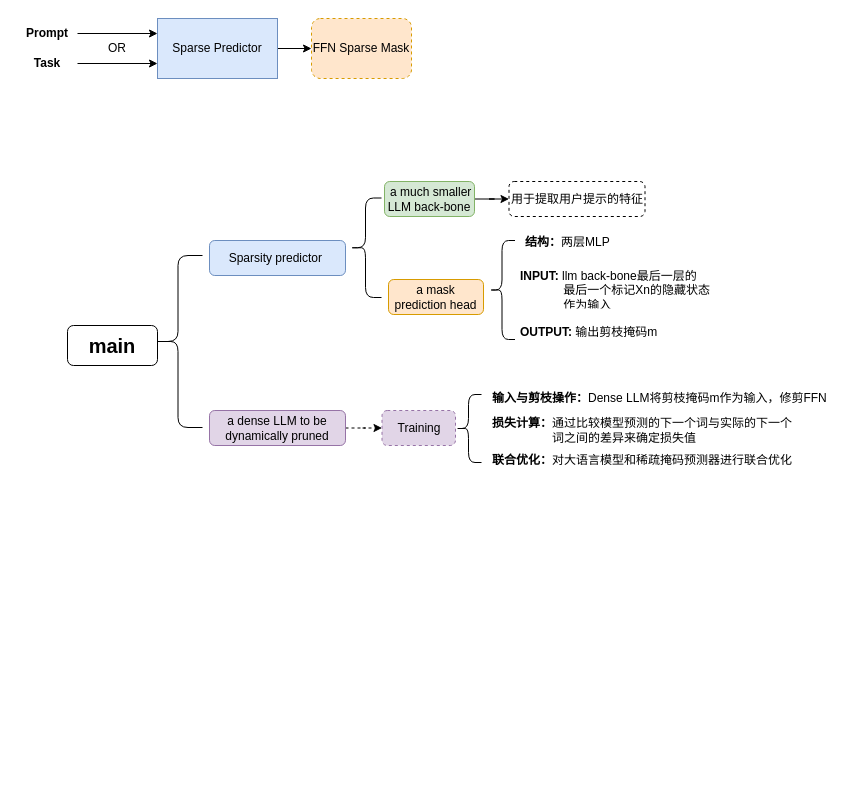
Before: llama.cpp/大语言模型的指令跟踪修剪.drawio in mailonghua/drawio, a draw.io diagram. Source tidied: cells renumbered, new cells numbered last; positions are measured from the earlier drawing's top-left corner, leaving out a move shared by most shapes. Both pictures are drawn from the tidied source at 100%, with x=0, y=0 at pixel (17, 18).
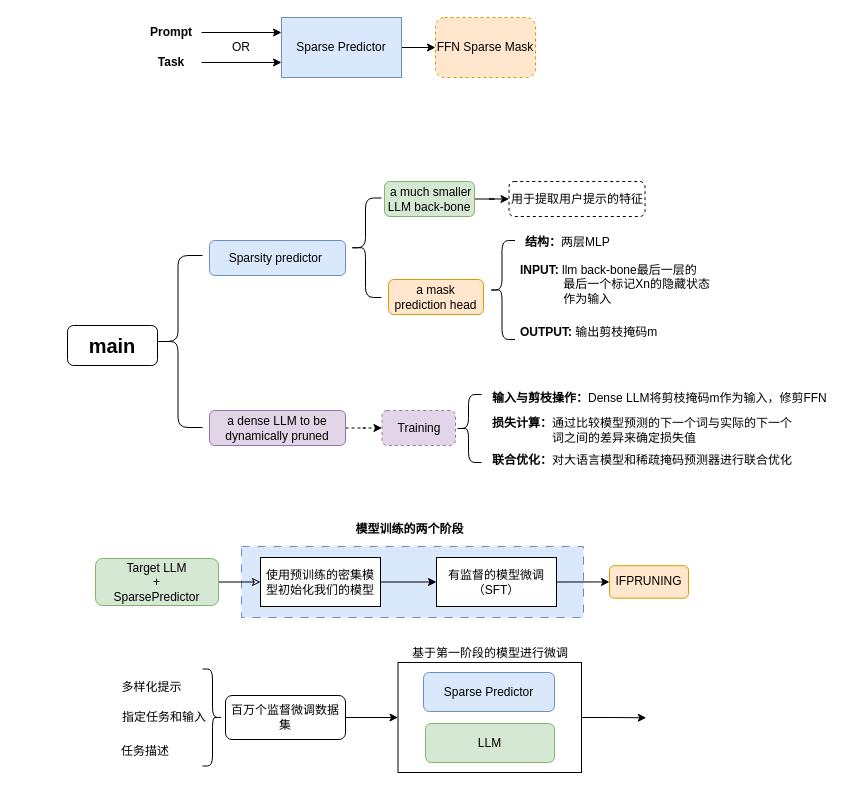
Above is the later version.

Commit message:
更新大语言模型的指令跟踪修剪.drawio

Change to the diagram source:
```diff
@@
+    <mxCell id="29" style="rounded=0;whiteSpace=wrap;html=1;dashed=1;dashPattern=8 8;fillColor=#dae8fc;strokeColor=#6c8ebf;" parent="1" vertex="1">
+      <mxGeometry x="224" y="528" width="342" height="71" as="geometry" />
+    </mxCell>
@@
     <mxCell id="3" value="Sparse Predictor" style="rounded=0;whiteSpace=wrap;html=1;fillColor=#dae8fc;strokeColor=#6c8ebf;" parent="1" vertex="1">
-      <mxGeometry x="140" width="120" height="60" as="geometry" />
+      <mxGeometry x="264" y="-1" width="120" height="60" as="geometry" />
     </mxCell>
@@
     <mxCell id="5" value="Prompt" style="text;strokeColor=none;align=center;fillColor=none;html=1;verticalAlign=middle;whiteSpace=wrap;rounded=0;fontStyle=1;" parent="1" vertex="1">
-      <mxGeometry width="60" height="30" as="geometry" />
+      <mxGeometry x="124" y="-1" width="60" height="30" as="geometry" />
     </mxCell>
@@
     <mxCell id="7" value="Task" style="text;strokeColor=none;align=center;fillColor=none;html=1;verticalAlign=middle;whiteSpace=wrap;rounded=0;fontStyle=1;" parent="1" vertex="1">
-      <mxGeometry y="30" width="60" height="30" as="geometry" />
+      <mxGeometry x="124" y="29" width="60" height="30" as="geometry" />
     </mxCell>
     <mxCell id="8" value="FFN Sparse Mask" style="rounded=1;whiteSpace=wrap;html=1;glass=0;dashed=1;fillColor=#ffe6cc;strokeColor=#d79b00;" parent="1" vertex="1">
-      <mxGeometry x="294" width="100" height="60" as="geometry" />
+      <mxGeometry x="418" y="-1" width="100" height="60" as="geometry" />
     </mxCell>
     <mxCell id="9" value="OR" style="text;strokeColor=none;align=center;fillColor=none;html=1;verticalAlign=middle;whiteSpace=wrap;rounded=0;" parent="1" vertex="1">
-      <mxGeometry x="70" y="25" width="60" height="10" as="geometry" />
+      <mxGeometry x="194" y="24" width="60" height="10" as="geometry" />
     </mxCell>
@@
     <mxCell id="22" value="&lt;b&gt;INPUT:&amp;nbsp;&lt;/b&gt;&lt;span style=&quot;background-color: transparent;&quot;&gt;llm back-bone最后一层的&lt;/span&gt;&lt;div&gt;&lt;span style=&quot;background-color: transparent;&quot;&gt;&lt;span style=&quot;white-space: pre;&quot;&gt;&#9;&lt;/span&gt;&amp;nbsp; &amp;nbsp; &amp;nbsp;最后一个标记Xn的隐藏状态&lt;/span&gt;&lt;/div&gt;&lt;div&gt;&lt;span style=&quot;background-color: transparent;&quot;&gt;&amp;nbsp; &amp;nbsp; &amp;nbsp; &amp;nbsp; &amp;nbsp; &amp;nbsp; &amp;nbsp;作为输入&lt;/span&gt;&lt;/div&gt;" style="rounded=1;whiteSpace=wrap;html=1;dashed=1;align=left;strokeColor=none;" parent="1" vertex="1">
-      <mxGeometry x="500.5" y="248" width="197" height="48" as="geometry" />
+      <mxGeometry x="500.5" y="237" width="197" height="57" as="geometry" />
     </mxCell>
@@
+    <mxCell id="30" style="edgeStyle=orthogonalEdgeStyle;rounded=0;jettySize=auto;html=1;" parent="1" edge="1" source="32" target="34">
+      <mxGeometry relative="1" as="geometry" />
+    </mxCell>
+    <mxCell id="31" style="edgeStyle=orthogonalEdgeStyle;rounded=0;jettySize=auto;html=1;exitX=0;exitY=0.5;exitDx=0;exitDy=0;startArrow=classic;startFill=0;endArrow=none;entryX=1;entryY=0.5;entryDx=0;entryDy=0;" parent="1" edge="1" source="32" target="35">
+      <mxGeometry relative="1" as="geometry" />
+    </mxCell>
+    <mxCell id="32" value="使用预训练的密集模型初始化我们的模型" style="rounded=0;whiteSpace=wrap;html=1;" parent="1" vertex="1">
+      <mxGeometry x="243" y="539" width="120" height="49" as="geometry" />
+    </mxCell>
+    <mxCell id="33" style="edgeStyle=orthogonalEdgeStyle;rounded=0;jettySize=auto;html=1;exitX=1;exitY=0.5;exitDx=0;exitDy=0;entryX=0;entryY=0.5;entryDx=0;entryDy=0;" parent="1" edge="1" source="34" target="36">
+      <mxGeometry relative="1" as="geometry" />
+    </mxCell>
+    <mxCell id="34" value="有监督的模型微调（SFT）" style="rounded=0;whiteSpace=wrap;html=1;" parent="1" vertex="1">
+      <mxGeometry x="419" y="539" width="120" height="49" as="geometry" />
+    </mxCell>
+    <mxCell id="35" value="Target LLM&lt;div&gt;+&lt;/div&gt;&lt;div&gt;SparsePredictor&lt;/div&gt;" style="rounded=1;whiteSpace=wrap;html=1;fillColor=#d5e8d4;strokeColor=#82b366;" parent="1" vertex="1">
+      <mxGeometry x="78" y="540" width="123" height="47" as="geometry" />
+    </mxCell>
+    <mxCell id="36" value="IFPRUNING" style="rounded=1;whiteSpace=wrap;html=1;fillColor=#ffe6cc;strokeColor=#d79b00;" parent="1" vertex="1">
+      <mxGeometry x="592" y="547.2" width="79" height="32.5" as="geometry" />
+    </mxCell>
+    <mxCell id="37" value="模型训练的两个阶段" style="text;strokeColor=none;align=center;fillColor=none;html=1;verticalAlign=middle;whiteSpace=wrap;rounded=0;fontStyle=1;" parent="1" vertex="1">
+      <mxGeometry x="331" y="496" width="123" height="30" as="geometry" />
+    </mxCell>
+    <mxCell id="38" style="edgeStyle=orthogonalEdgeStyle;rounded=0;jettySize=auto;html=1;" parent="1" edge="1" source="39" target="41">
+      <mxGeometry relative="1" as="geometry" />
+    </mxCell>
+    <mxCell id="39" value="百万个监督微调数据集" style="rounded=1;whiteSpace=wrap;html=1;" parent="1" vertex="1">
+      <mxGeometry x="208" y="677" width="120" height="44" as="geometry" />
+    </mxCell>
+    <mxCell id="40" style="edgeStyle=orthogonalEdgeStyle;rounded=0;jettySize=auto;html=1;exitX=1;exitY=0.5;exitDx=0;exitDy=0;" parent="1" edge="1" source="41">
+      <mxGeometry relative="1" as="geometry">
+        <mxPoint x="628.8" y="699.3" as="targetPoint" />
+      </mxGeometry>
+    </mxCell>
+    <mxCell id="41" value="基于第一阶段的模型进行微调" style="rounded=0;whiteSpace=wrap;html=1;align=center;labelPosition=center;verticalLabelPosition=top;verticalAlign=bottom;" parent="1" vertex="1">
+      <mxGeometry x="380.5" y="644" width="183.5" height="110" as="geometry" />
+    </mxCell>
+    <mxCell id="42" value="Sparse Predictor" style="rounded=1;whiteSpace=wrap;html=1;fillColor=#dae8fc;strokeColor=#6c8ebf;" parent="1" vertex="1">
+      <mxGeometry x="406" y="654" width="131" height="39" as="geometry" />
+    </mxCell>
+    <mxCell id="43" value="LLM" style="rounded=1;whiteSpace=wrap;html=1;fillColor=#d5e8d4;strokeColor=#82b366;" parent="1" vertex="1">
+      <mxGeometry x="408" y="705" width="129" height="39" as="geometry" />
+    </mxCell>
+    <mxCell id="44" style="shape=curlyBracket;whiteSpace=wrap;html=1;rounded=1;flipH=1;labelPosition=right;verticalLabelPosition=middle;align=left;verticalAlign=middle;" parent="1" vertex="1">
+      <mxGeometry x="185" y="650.5" width="20" height="97" as="geometry" />
+    </mxCell>
+    <mxCell id="45" value="多样化提示" style="text;strokeColor=none;align=center;fillColor=none;html=1;verticalAlign=middle;whiteSpace=wrap;rounded=0;" parent="1" vertex="1">
+      <mxGeometry x="88" y="654" width="93" height="30" as="geometry" />
+    </mxCell>
+    <mxCell id="46" value="指定任务和输入" style="text;strokeColor=none;align=center;fillColor=none;html=1;verticalAlign=middle;whiteSpace=wrap;rounded=0;" parent="1" vertex="1">
+      <mxGeometry x="95" y="684" width="104" height="30" as="geometry" />
+    </mxCell>
+    <mxCell id="47" value="任务描述" style="text;strokeColor=none;align=left;fillColor=none;html=1;verticalAlign=middle;whiteSpace=wrap;rounded=0;" parent="1" vertex="1">
+      <mxGeometry x="102" y="717.5" width="104" height="30" as="geometry" />
+    </mxCell>
```
